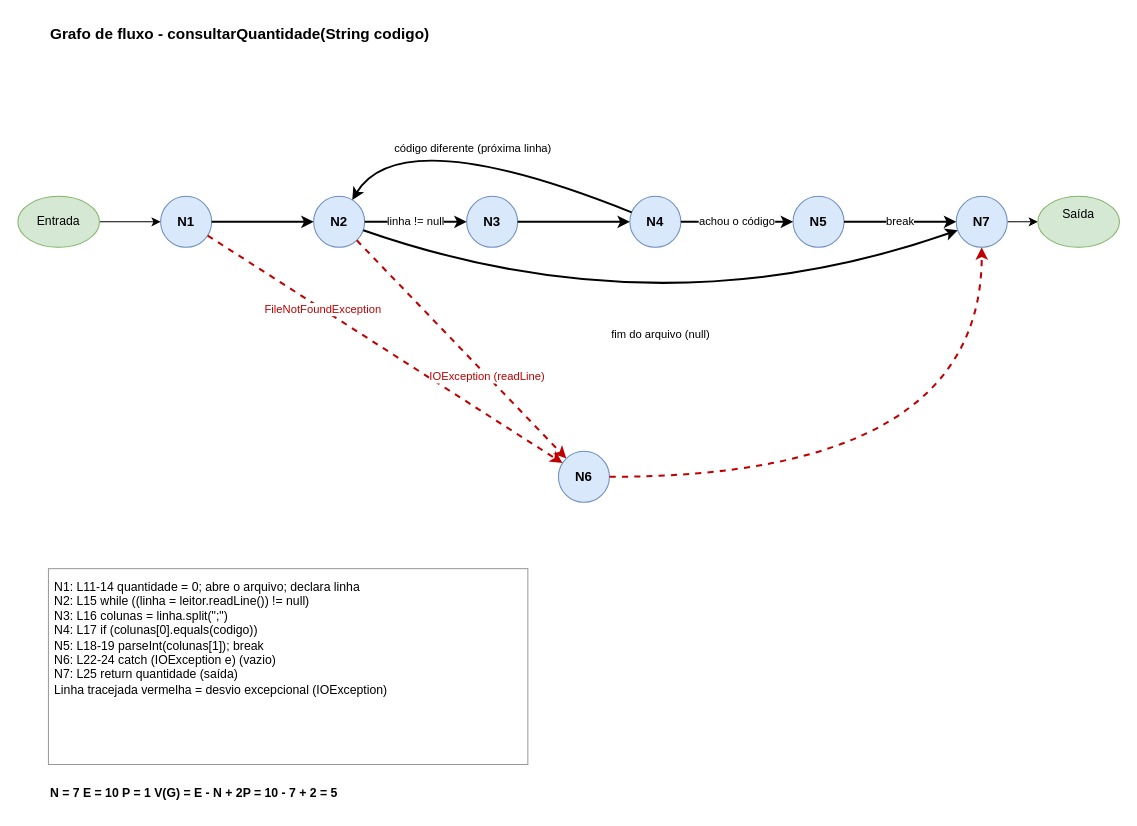
Earlier version of the draw.io diagram diagramas/consultarQuantidade.drawio (Matheusnardi10/atividade-caixa-branca). Source tidied: cells renumbered, new cells numbered last; positions are measured from the earlier drawing's top-left corner, leaving out a move shared by most shapes. Both pictures are drawn from the tidied source at 102%, with x=0, y=0 at pixel (17, 17).
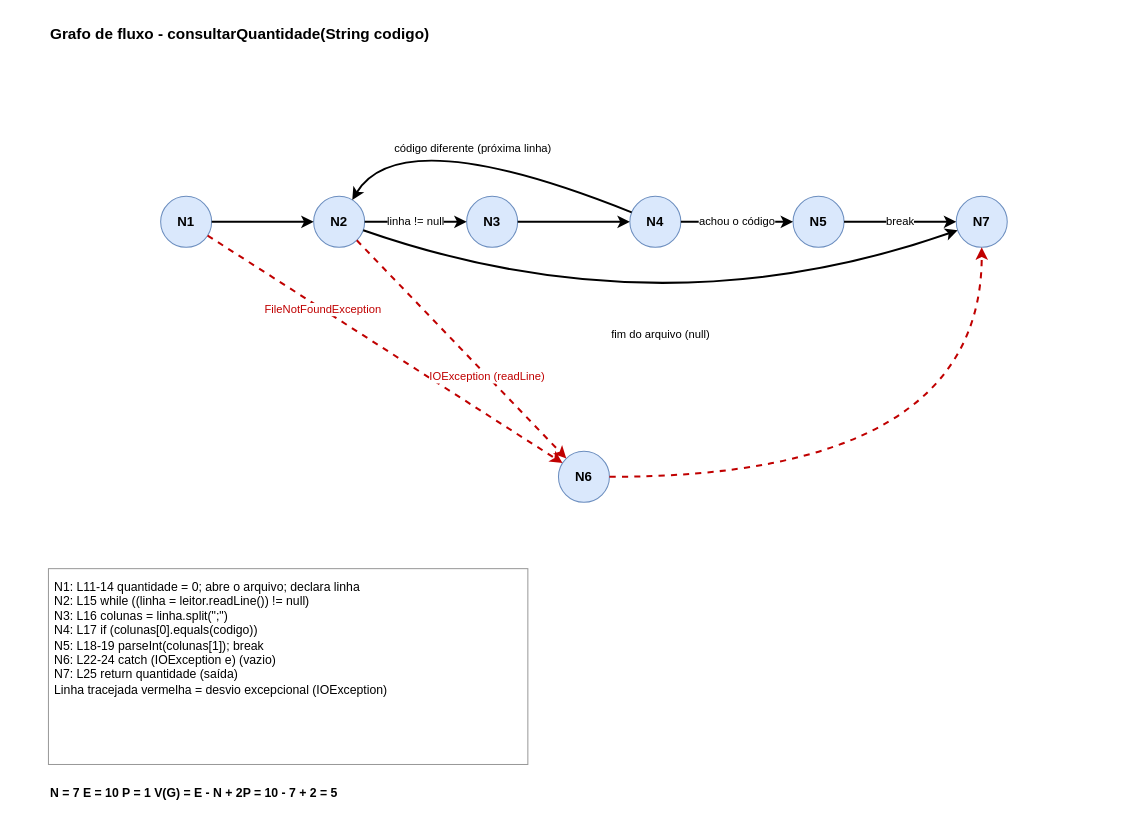
The same diagram, later.

Commit message:
Atualiza diagrama do consultarQuantidade

Unchanged cells that the change refers to:
```xml
<mxCell id="2" value="N1" style="ellipse;whiteSpace=wrap;html=1;fillColor=#dae8fc;strokeColor=#6c8ebf;fontStyle=1;fontSize=13;" parent="1" vertex="1">
  <mxGeometry x="140" y="175" width="50" height="50" as="geometry" />
</mxCell>
<mxCell id="8" value="N7" style="ellipse;whiteSpace=wrap;html=1;fillColor=#dae8fc;strokeColor=#6c8ebf;fontStyle=1;fontSize=13;" parent="1" vertex="1">
  <mxGeometry x="920" y="175" width="50" height="50" as="geometry" />
</mxCell>
```

Diff of the diagram source:
```diff
@@
-    <mxCell id="7" style="edgeStyle=orthogonalEdgeStyle;rounded=0;jettySize=auto;html=1;defaultLabelBackgroundColor=page;labelPadding=0 4;" parent="1" edge="1" source="8" target="25">
-      <mxGeometry relative="1" as="geometry" />
-    </mxCell>
@@
-    <mxCell id="23" style="edgeStyle=orthogonalEdgeStyle;rounded=0;jettySize=auto;html=1;defaultLabelBackgroundColor=page;labelPadding=0 4;" parent="1" edge="1" source="24" target="2">
-      <mxGeometry relative="1" as="geometry" />
-    </mxCell>
-    <mxCell id="24" value="Entrada" style="ellipse;whiteSpace=wrap;html=1;shapeInside=1;fillColor=#d5e8d4;strokeColor=#82b366;" parent="1" vertex="1">
-      <mxGeometry y="175" width="80" height="50" as="geometry" />
-    </mxCell>
-    <mxCell id="25" value="Saída&lt;div&gt;&lt;br&gt;&lt;/div&gt;" style="ellipse;whiteSpace=wrap;html=1;shapeInside=1;fillColor=#d5e8d4;strokeColor=#82b366;" parent="1" vertex="1">
-      <mxGeometry x="1000" y="175" width="80" height="50" as="geometry" />
-    </mxCell>
```
